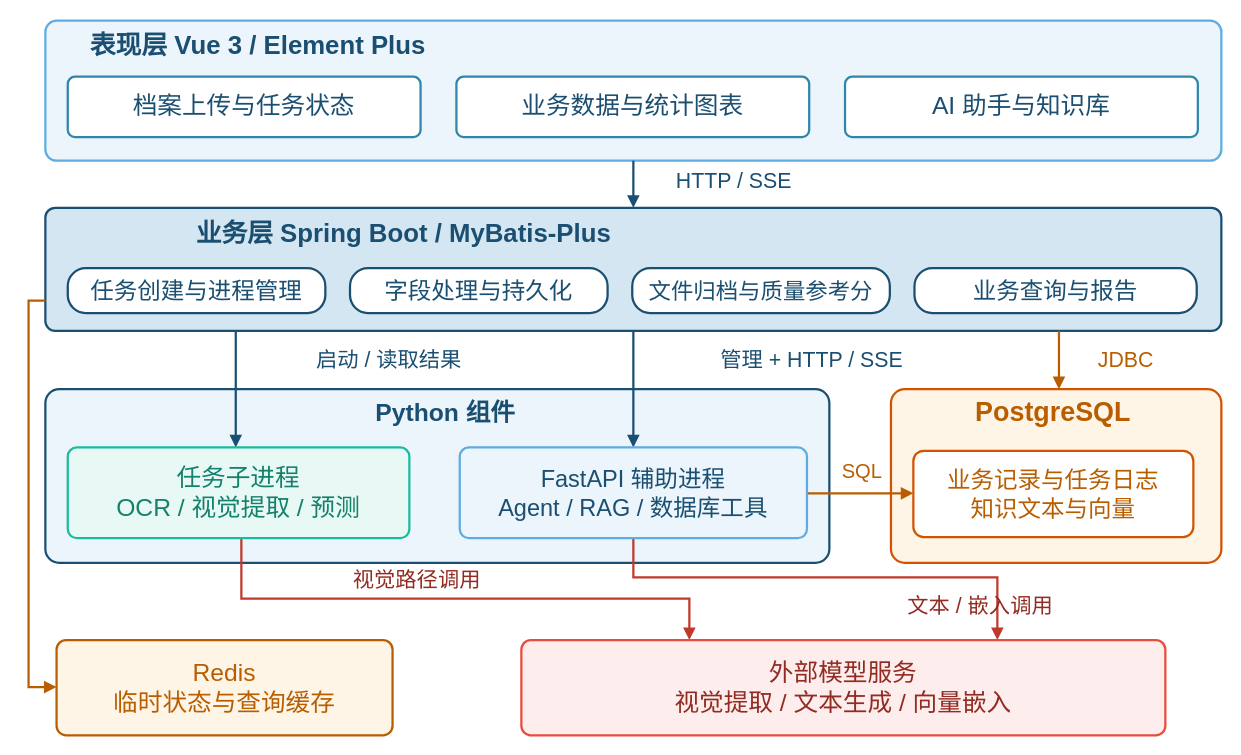
Earlier version of the draw.io diagram paper/原图风格修订/figures/fig3-1.drawio (LCJM-85/ArchiveBridge). Source tidied: cells renumbered, new cells numbered last; positions are measured from the earlier drawing's top-left corner, leaving out a move shared by most shapes. Both pictures are drawn from the tidied source at 112%, with x=0, y=0 at pixel (28, 20).
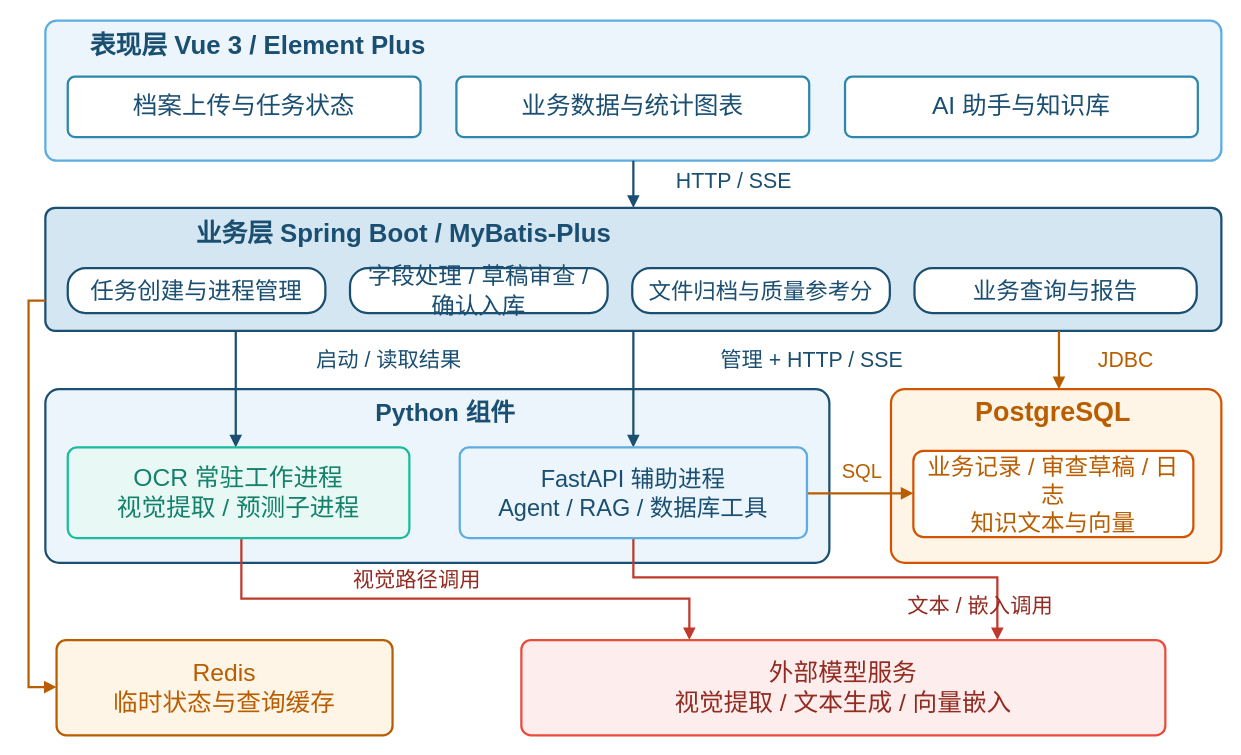
After the change.

What changed in the source:
```diff
@@
-    <mxCell id="20" value="字段处理与持久化" style="rounded=1;whiteSpace=wrap;html=1;arcSize=40;fillColor=#FFFFFF;strokeColor=#1B4F72;strokeWidth=2;fontColor=#1B4F72;fontFamily=Microsoft YaHei;fontSize=21;fontStyle=0;align=center;verticalAlign=middle;spacing=8;dashed=0;" parent="1" vertex="1">
+    <mxCell id="20" value="字段处理 / 草稿审查 / 确认入库" style="rounded=1;whiteSpace=wrap;html=1;arcSize=40;fillColor=#FFFFFF;strokeColor=#1B4F72;strokeWidth=2;fontColor=#1B4F72;fontFamily=Microsoft YaHei;fontSize=21;fontStyle=0;align=center;verticalAlign=middle;spacing=8;dashed=0;" parent="1" vertex="1">
       <mxGeometry x="287" y="221" width="230" height="40" as="geometry" />
     </mxCell>
@@
-    <mxCell id="24" value="任务子进程&lt;br&gt;OCR / 视觉提取 / 预测" style="rounded=1;whiteSpace=wrap;html=1;arcSize=10;fillColor=#E8F8F5;strokeColor=#1ABC9C;strokeWidth=2;fontColor=#14816B;fontFamily=Microsoft YaHei;align=center;verticalAlign=middle;fontSize=22;fontStyle=0;spacing=8;dashed=0;" parent="1" vertex="1">
+    <mxCell id="24" value="OCR 常驻工作进程&lt;br&gt;视觉提取 / 预测子进程" style="rounded=1;whiteSpace=wrap;html=1;arcSize=10;fillColor=#E8F8F5;strokeColor=#1ABC9C;strokeWidth=2;fontColor=#14816B;fontFamily=Microsoft YaHei;align=center;verticalAlign=middle;fontSize=22;fontStyle=0;spacing=8;dashed=0;" parent="1" vertex="1">
       <mxGeometry x="35" y="381" width="305" height="81" as="geometry" />
     </mxCell>
@@
-    <mxCell id="27" value="业务记录与任务日志&lt;br&gt;知识文本与向量" style="whiteSpace=wrap;html=1;boundedLbl=1;backgroundOutline=1;size=10;fillColor=#FFFFFF;strokeColor=#D35400;strokeWidth=2;fontColor=#B95E00;fontFamily=Microsoft YaHei;fontSize=21;align=center;verticalAlign=middle;fontStyle=0;spacing=8;rounded=1;arcSize=12;dashed=0;" parent="1" vertex="1">
+    <mxCell id="27" value="业务记录 / 审查草稿 / 日志&lt;br&gt;知识文本与向量" style="whiteSpace=wrap;html=1;boundedLbl=1;backgroundOutline=1;size=10;fillColor=#FFFFFF;strokeColor=#D35400;strokeWidth=2;fontColor=#B95E00;fontFamily=Microsoft YaHei;fontSize=21;align=center;verticalAlign=middle;fontStyle=0;spacing=8;rounded=1;arcSize=12;dashed=0;" parent="1" vertex="1">
       <mxGeometry x="790" y="384" width="250" height="77" as="geometry" />
     </mxCell>
```
